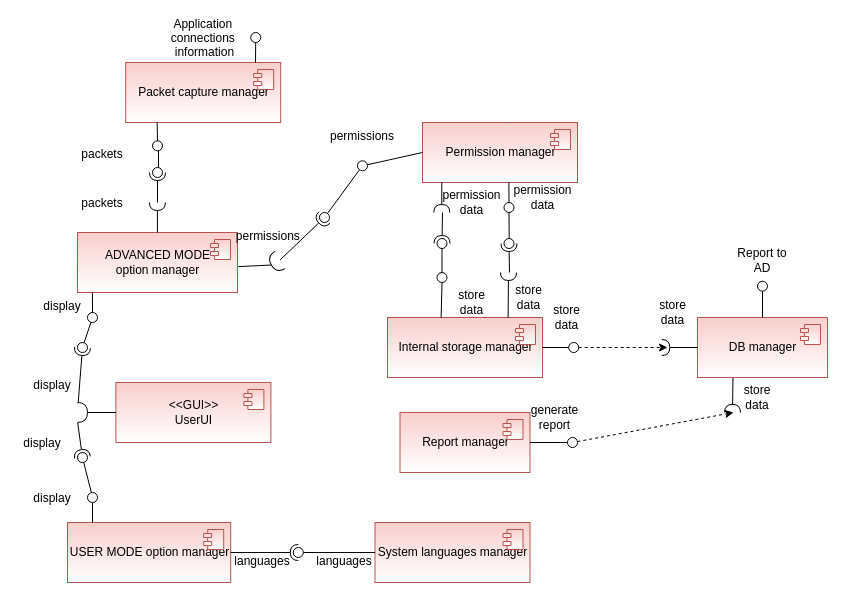
The draw.io diagram SAD/Diagrams/component_diagram.drawio in devmf027/CyberWall, before the edit. Source tidied: cells renumbered, new cells numbered last; positions are measured from the earlier drawing's top-left corner, leaving out a move shared by most shapes. Both pictures are drawn from the tidied source at 100%, with x=0, y=0 at pixel (17, 24).
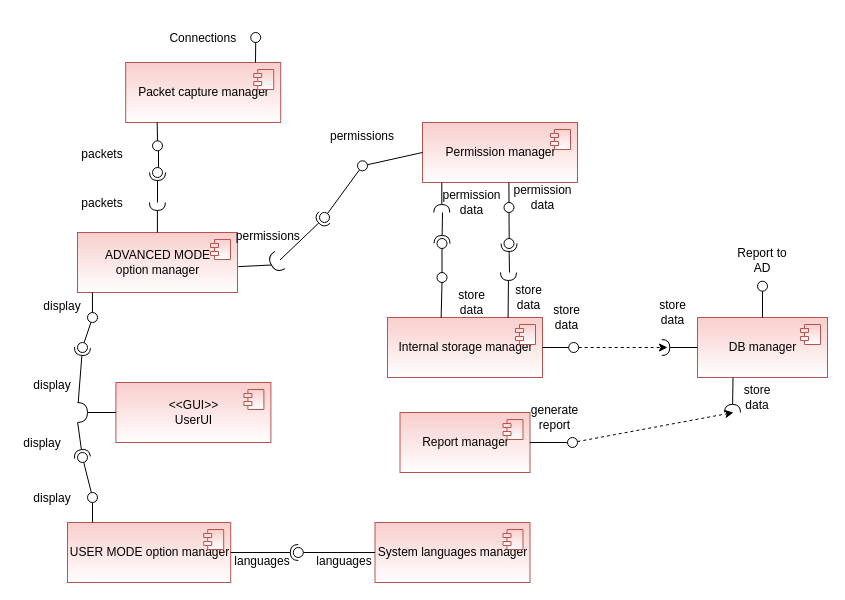
After the change.

The edit, as a diff of the source:
```diff
@@
-    <mxCell id="20" value="Application&#10;connections&#10; information" style="text;align=center;fontStyle=0;verticalAlign=middle;spacingLeft=3;spacingRight=3;strokeColor=none;" parent="1" vertex="1">
+    <mxCell id="20" value="&#10;Connections&#10;" style="text;align=center;fontStyle=0;verticalAlign=middle;spacingLeft=3;spacingRight=3;strokeColor=none;" parent="1" vertex="1">
       <mxGeometry x="150.8" width="70" height="26" as="geometry" />
     </mxCell>
```
